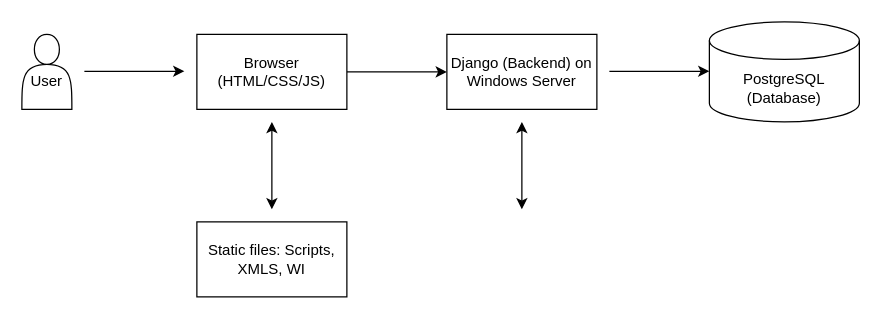
Earlier version of the draw.io diagram Untitled Diagram.drawio (darigah/hld). Source tidied: cells renumbered, new cells numbered last; positions are measured from the earlier drawing's top-left corner, leaving out a move shared by most shapes. Both pictures are drawn from the tidied source at 125%, with x=0, y=0 at pixel (21, 21).
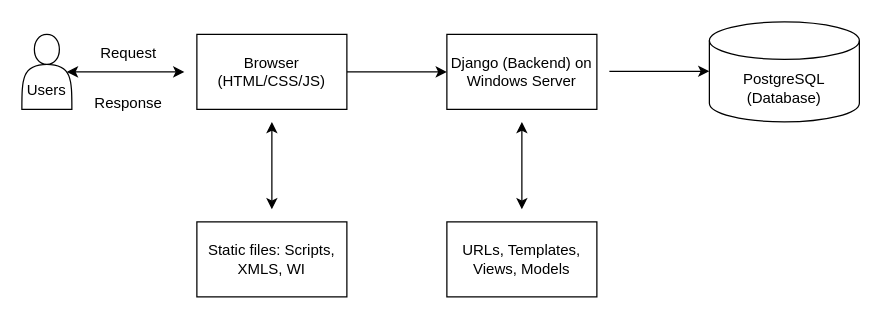
Above is the later version.

What changed in the source:
```diff
@@
 <mxGraphModel>
   <root>
     <mxCell id="0" />
     <mxCell id="1" parent="0" />
-    <mxCell id="2" value="&lt;div&gt;&lt;br&gt;&lt;/div&gt;User" style="shape=actor;whiteSpace=wrap;html=1;" parent="1" vertex="1">
+    <mxCell id="2" value="&lt;div&gt;&lt;br&gt;&lt;/div&gt;&lt;div&gt;&lt;br&gt;&lt;/div&gt;Users" style="shape=actor;whiteSpace=wrap;html=1;" parent="1" vertex="1">
       <mxGeometry y="10" width="40" height="60" as="geometry" />
     </mxCell>
     <mxCell id="3" style="edgeStyle=orthogonalEdgeStyle;rounded=0;jettySize=auto;html=1;" parent="1" edge="1" source="4" target="5">
       <mxGeometry relative="1" as="geometry" />
     </mxCell>
     <mxCell id="4" value="&lt;div&gt;Browser (HTML/CSS/JS)&lt;/div&gt;" style="rounded=0;whiteSpace=wrap;html=1;" parent="1" vertex="1">
       <mxGeometry x="140" y="10" width="120" height="60" as="geometry" />
     </mxCell>
     <mxCell id="5" value="&lt;br&gt;&lt;div&gt;Django (Backend) on Windows Server&lt;/div&gt;&lt;div&gt;&lt;br/&gt;&lt;/div&gt;" style="rounded=0;whiteSpace=wrap;html=1;" parent="1" vertex="1">
       <mxGeometry x="340" y="10" width="120" height="60" as="geometry" />
     </mxCell>
-    <mxCell id="6" style="endArrow=classic;html=1;rounded=0;" parent="1" edge="1">
-      <mxGeometry relative="1" as="geometry">
-        <mxPoint x="50" y="39.5" as="sourcePoint" />
-        <mxPoint x="130" y="39.5" as="targetPoint" />
-        <Array as="points">
-          <mxPoint x="90" y="39.5" />
-        </Array>
-      </mxGeometry>
-    </mxCell>
     <mxCell id="7" style="endArrow=classic;html=1;rounded=0;" parent="1" edge="1">
       <mxGeometry relative="1" as="geometry">
         <mxPoint x="470" y="39.5" as="sourcePoint" />
         <mxPoint x="550" y="39.5" as="targetPoint" />
       </mxGeometry>
     </mxCell>
     <mxCell id="8" style="endArrow=classic;startArrow=classic;html=1;rounded=0;" parent="1" edge="1">
       <mxGeometry relative="1" as="geometry">
         <mxPoint x="200" y="150" as="sourcePoint" />
         <mxPoint x="200" y="80" as="targetPoint" />
       </mxGeometry>
     </mxCell>
     <mxCell id="9" style="endArrow=classic;startArrow=classic;html=1;rounded=0;" parent="1" edge="1">
       <mxGeometry relative="1" as="geometry">
         <mxPoint x="400" y="150" as="sourcePoint" />
         <mxPoint x="400" y="80" as="targetPoint" />
       </mxGeometry>
     </mxCell>
     <mxCell id="10" value="PostgreSQL (Database)" style="shape=cylinder3;whiteSpace=wrap;html=1;boundedLbl=1;backgroundOutline=1;size=15;" parent="1" vertex="1">
       <mxGeometry x="550" width="120" height="80" as="geometry" />
     </mxCell>
     <mxCell id="11" value="Static files: Scripts, XMLS, WI" style="rounded=0;whiteSpace=wrap;html=1;" parent="1" vertex="1">
       <mxGeometry x="140" y="160" width="120" height="60" as="geometry" />
     </mxCell>
+    <mxCell id="12" style="endArrow=classic;startArrow=classic;html=1;rounded=0;exitX=0.9;exitY=0.5;exitDx=0;exitDy=0;exitPerimeter=0;" parent="1" edge="1" source="2">
+      <mxGeometry relative="1" as="geometry">
+        <mxPoint x="130" y="40" as="targetPoint" />
+      </mxGeometry>
+    </mxCell>
+    <mxCell id="13" value="Request" style="text;html=1;align=center;verticalAlign=middle;strokeColor=none;fillColor=none;" parent="1" vertex="1">
+      <mxGeometry x="50" y="10" width="70" height="30" as="geometry" />
+    </mxCell>
+    <mxCell id="14" value="Response" style="text;html=1;align=center;verticalAlign=middle;strokeColor=none;fillColor=none;" parent="1" vertex="1">
+      <mxGeometry x="45" y="50" width="80" height="30" as="geometry" />
+    </mxCell>
+    <mxCell id="15" value="URLs, Templates, Views, Models" style="rounded=0;whiteSpace=wrap;html=1;" parent="1" vertex="1">
+      <mxGeometry x="340" y="160" width="120" height="60" as="geometry" />
+    </mxCell>
   </root>
 </mxGraphModel>
```
